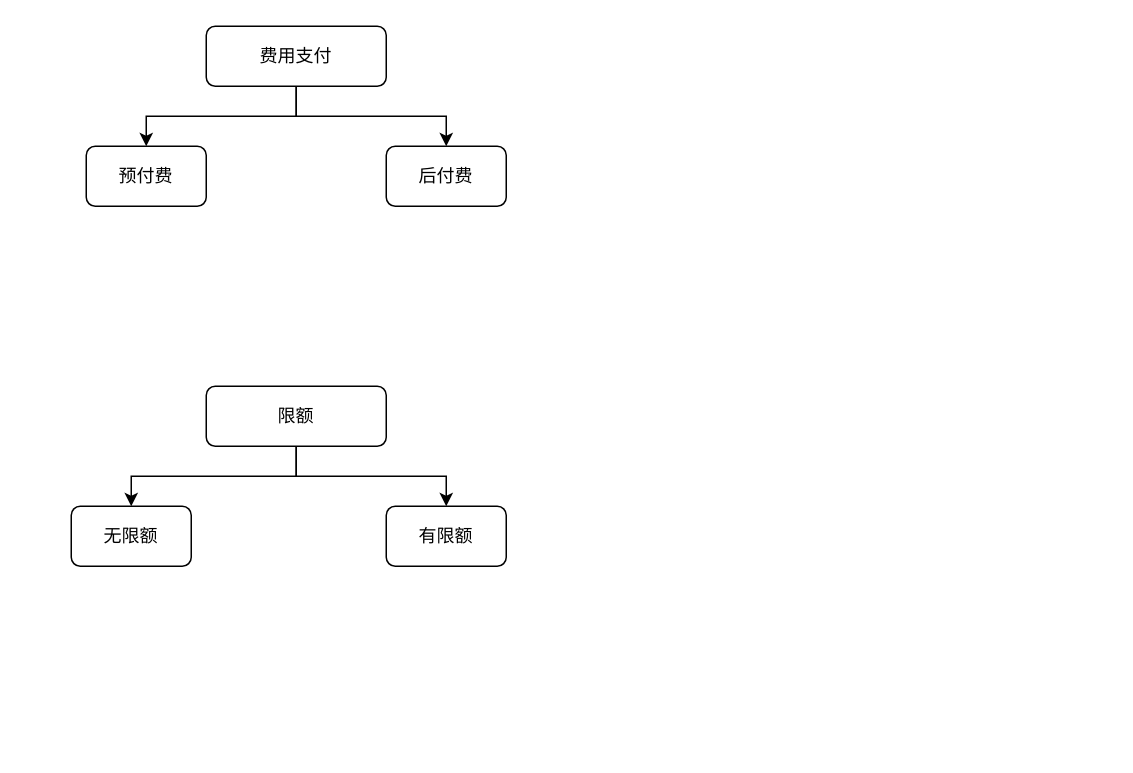
zhangjiongcn/drawio keeps this draw.io diagram as page "Page-1" (1 of 3) of logichth3.drawio. Above is the earlier version. Source tidied: cells renumbered, new cells numbered last; positions are measured from the earlier drawing's top-left corner, leaving out a move shared by most shapes. Both pictures are drawn from the tidied source at 150%, with x=0, y=0 at pixel (70, 26).
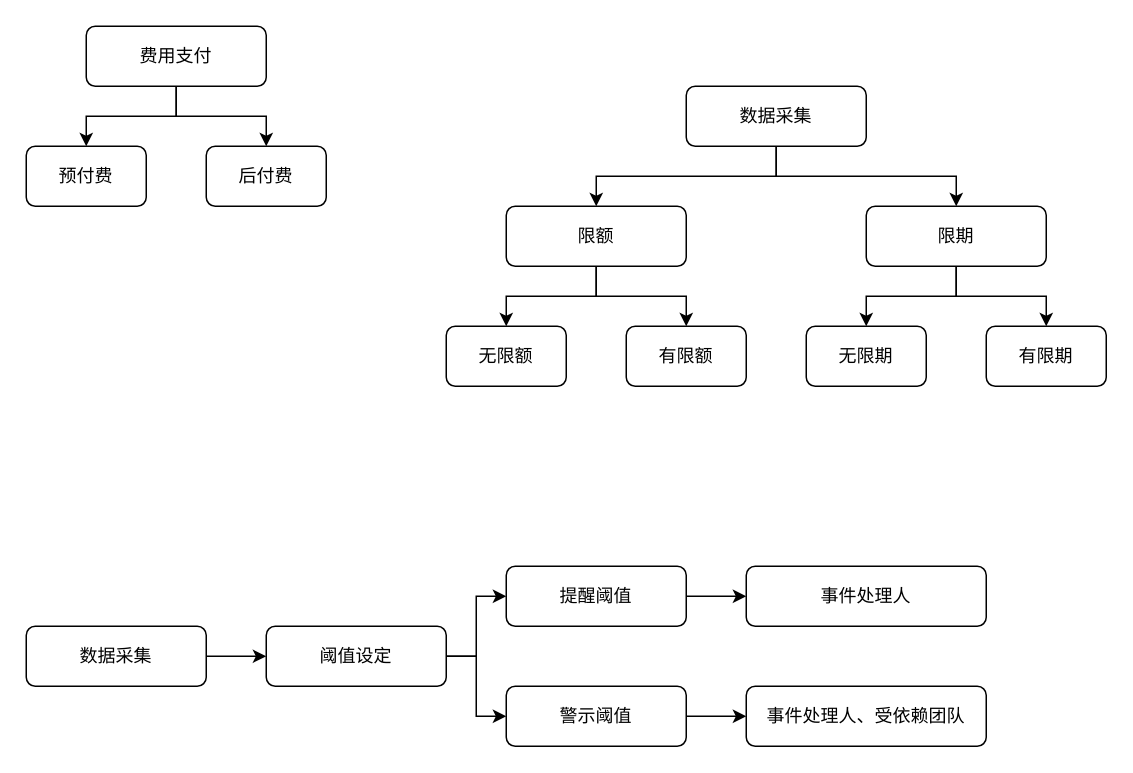
After the change.

What changed in the source:
```diff
@@
     <mxCell id="4" value="费用支付" style="rounded=1;whiteSpace=wrap;html=1;" parent="1" vertex="1">
-      <mxGeometry x="90" width="120" height="40" as="geometry" />
+      <mxGeometry x="10" width="120" height="40" as="geometry" />
     </mxCell>
     <mxCell id="5" value="预付费" style="rounded=1;whiteSpace=wrap;html=1;" parent="1" vertex="1">
-      <mxGeometry x="10" y="80" width="80" height="40" as="geometry" />
+      <mxGeometry x="-30" y="80" width="80" height="40" as="geometry" />
     </mxCell>
     <mxCell id="6" value="后付费" style="rounded=1;whiteSpace=wrap;html=1;" parent="1" vertex="1">
-      <mxGeometry x="210" y="80" width="80" height="40" as="geometry" />
+      <mxGeometry x="90" y="80" width="80" height="40" as="geometry" />
     </mxCell>
@@
     <mxCell id="9" value="限额" style="rounded=1;whiteSpace=wrap;html=1;" parent="1" vertex="1">
-      <mxGeometry x="90" y="240" width="120" height="40" as="geometry" />
+      <mxGeometry x="290" y="120" width="120" height="40" as="geometry" />
     </mxCell>
     <mxCell id="10" value="无限额" style="rounded=1;whiteSpace=wrap;html=1;" parent="1" vertex="1">
-      <mxGeometry y="320" width="80" height="40" as="geometry" />
+      <mxGeometry x="250" y="200" width="80" height="40" as="geometry" />
     </mxCell>
     <mxCell id="11" value="有限额" style="rounded=1;whiteSpace=wrap;html=1;" parent="1" vertex="1">
-      <mxGeometry x="210" y="320" width="80" height="40" as="geometry" />
+      <mxGeometry x="370" y="200" width="80" height="40" as="geometry" />
     </mxCell>
+    <mxCell id="12" style="edgeStyle=orthogonalEdgeStyle;rounded=0;jettySize=auto;html=1;entryX=0.5;entryY=0;entryDx=0;entryDy=0;" parent="1" edge="1" source="14" target="15">
+      <mxGeometry relative="1" as="geometry" />
+    </mxCell>
+    <mxCell id="13" style="edgeStyle=orthogonalEdgeStyle;rounded=0;jettySize=auto;html=1;entryX=0.5;entryY=0;entryDx=0;entryDy=0;" parent="1" edge="1" source="14" target="16">
+      <mxGeometry relative="1" as="geometry" />
+    </mxCell>
+    <mxCell id="14" value="限期" style="rounded=1;whiteSpace=wrap;html=1;" parent="1" vertex="1">
+      <mxGeometry x="530" y="120" width="120" height="40" as="geometry" />
+    </mxCell>
+    <mxCell id="15" value="无限期" style="rounded=1;whiteSpace=wrap;html=1;" parent="1" vertex="1">
+      <mxGeometry x="490" y="200" width="80" height="40" as="geometry" />
+    </mxCell>
+    <mxCell id="16" value="有限期" style="rounded=1;whiteSpace=wrap;html=1;" parent="1" vertex="1">
+      <mxGeometry x="610" y="200" width="80" height="40" as="geometry" />
+    </mxCell>
+    <mxCell id="17" style="edgeStyle=orthogonalEdgeStyle;rounded=0;jettySize=auto;html=1;" parent="1" edge="1" source="18" target="21">
+      <mxGeometry relative="1" as="geometry" />
+    </mxCell>
+    <mxCell id="18" value="数据采集" style="rounded=1;whiteSpace=wrap;html=1;" parent="1" vertex="1">
+      <mxGeometry x="-30" y="400" width="120" height="40" as="geometry" />
+    </mxCell>
+    <mxCell id="19" style="edgeStyle=orthogonalEdgeStyle;rounded=0;jettySize=auto;html=1;entryX=0;entryY=0.5;entryDx=0;entryDy=0;" parent="1" edge="1" source="21" target="23">
+      <mxGeometry relative="1" as="geometry" />
+    </mxCell>
+    <mxCell id="20" style="edgeStyle=orthogonalEdgeStyle;rounded=0;jettySize=auto;html=1;entryX=0;entryY=0.5;entryDx=0;entryDy=0;" parent="1" edge="1" source="21" target="26">
+      <mxGeometry relative="1" as="geometry" />
+    </mxCell>
+    <mxCell id="21" value="阈值设定" style="rounded=1;whiteSpace=wrap;html=1;" parent="1" vertex="1">
+      <mxGeometry x="130" y="400" width="120" height="40" as="geometry" />
+    </mxCell>
+    <mxCell id="22" style="edgeStyle=orthogonalEdgeStyle;rounded=0;jettySize=auto;html=1;entryX=0;entryY=0.5;entryDx=0;entryDy=0;" parent="1" edge="1" source="23" target="24">
+      <mxGeometry relative="1" as="geometry" />
+    </mxCell>
+    <mxCell id="23" value="提醒阈值" style="rounded=1;whiteSpace=wrap;html=1;" parent="1" vertex="1">
+      <mxGeometry x="290" y="360" width="120" height="40" as="geometry" />
+    </mxCell>
+    <mxCell id="24" value="事件处理人" style="rounded=1;whiteSpace=wrap;html=1;" parent="1" vertex="1">
+      <mxGeometry x="450" y="360" width="160" height="40" as="geometry" />
+    </mxCell>
+    <mxCell id="25" style="edgeStyle=orthogonalEdgeStyle;rounded=0;jettySize=auto;html=1;" parent="1" edge="1" source="26" target="27">
+      <mxGeometry relative="1" as="geometry" />
+    </mxCell>
+    <mxCell id="26" value="警示阈值" style="rounded=1;whiteSpace=wrap;html=1;" parent="1" vertex="1">
+      <mxGeometry x="290" y="440" width="120" height="40" as="geometry" />
+    </mxCell>
+    <mxCell id="27" value="事件处理人、受依赖团队" style="rounded=1;whiteSpace=wrap;html=1;" parent="1" vertex="1">
+      <mxGeometry x="450" y="440" width="160" height="40" as="geometry" />
+    </mxCell>
+    <mxCell id="28" style="edgeStyle=orthogonalEdgeStyle;rounded=0;jettySize=auto;html=1;" parent="1" edge="1" source="30" target="9">
+      <mxGeometry relative="1" as="geometry" />
+    </mxCell>
+    <mxCell id="29" style="edgeStyle=orthogonalEdgeStyle;rounded=0;jettySize=auto;html=1;" parent="1" edge="1" source="30" target="14">
+      <mxGeometry relative="1" as="geometry" />
+    </mxCell>
+    <mxCell id="30" value="数据采集" style="rounded=1;whiteSpace=wrap;html=1;" parent="1" vertex="1">
+      <mxGeometry x="410" y="40" width="120" height="40" as="geometry" />
+    </mxCell>
```
